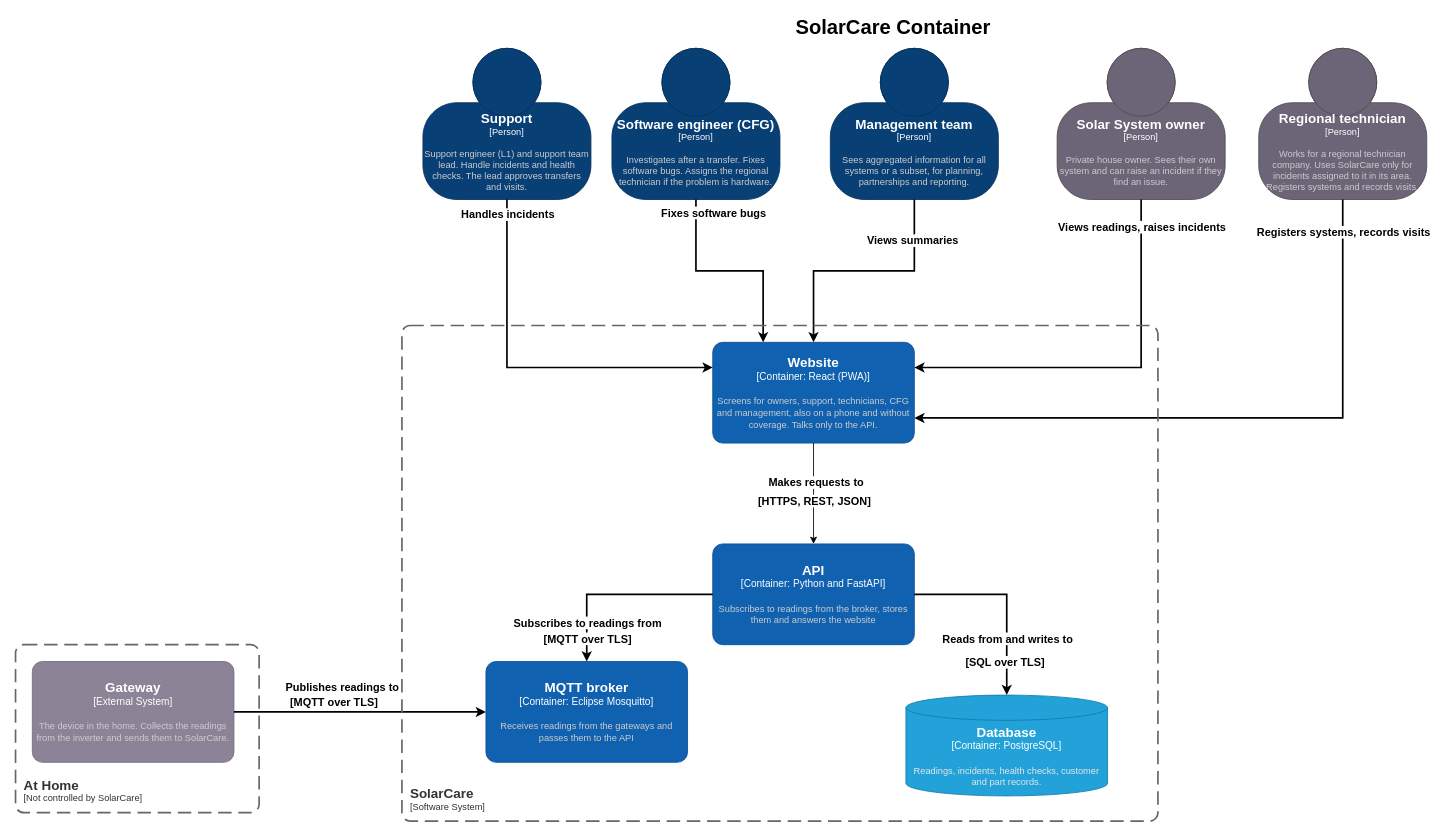
Above: diagrams/c4/SolarCareConatinerC4.drawio in SolarCare-school-project/SolarCare (draw.io), before the change. Source tidied: cells renumbered, new cells numbered last; positions are measured from the earlier drawing's top-left corner, leaving out a move shared by most shapes. Both pictures are drawn from the tidied source at 84%, with x=0, y=0 at pixel (15, 14).
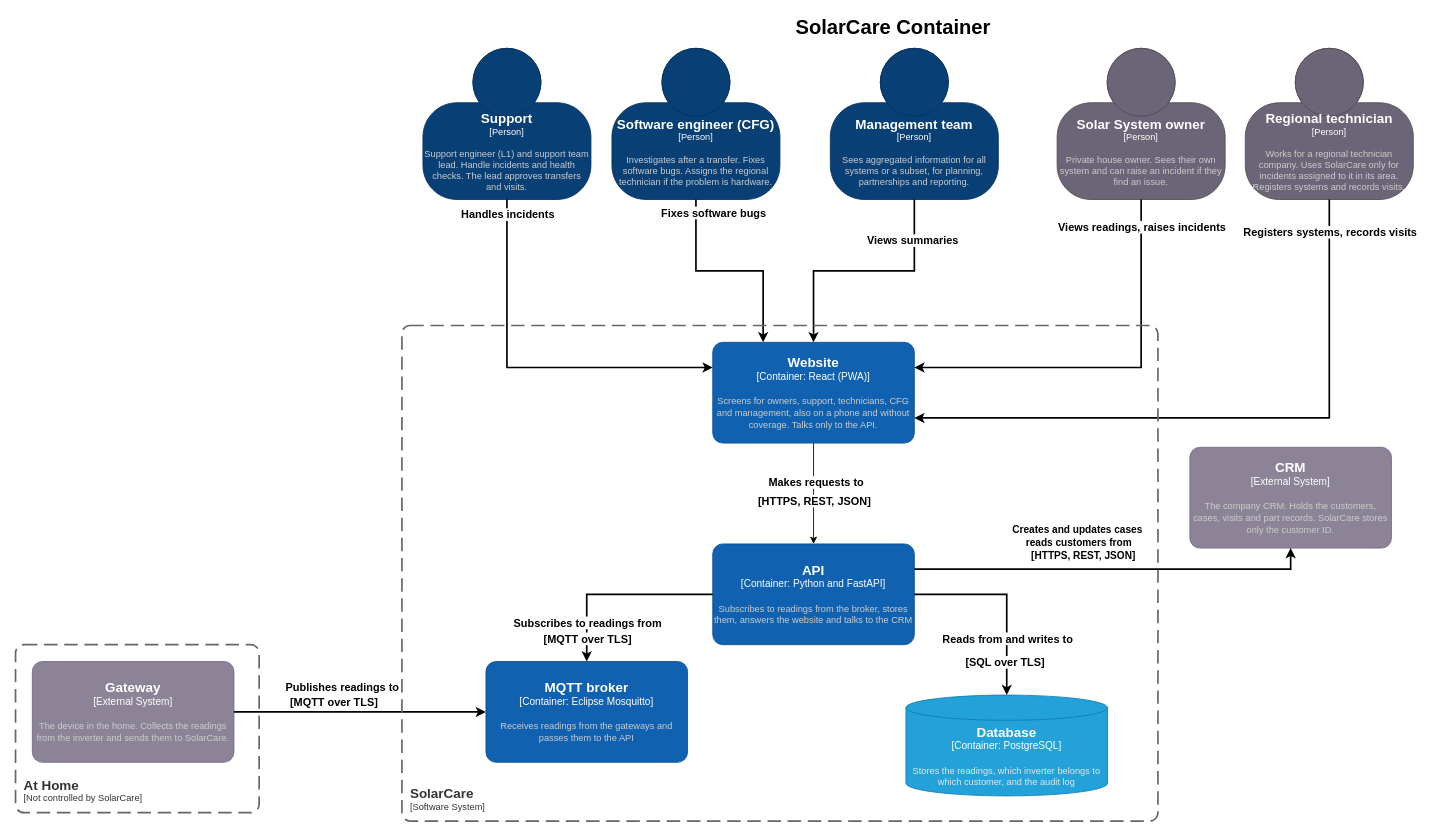
After the change.

Commit message (it also covers changes not shown here):
Updares CRM to container

Diff of the diagram source:
```diff
@@
     <object id="6" label="&lt;font style=&quot;font-size: 16px&quot;&gt;&lt;b&gt;%c4Name%&lt;/b&gt;&lt;/font&gt;&lt;div&gt;[%c4Type%]&lt;/div&gt;&lt;br&gt;&lt;div&gt;&lt;font style=&quot;font-size: 11px&quot;&gt;&lt;font color=&quot;#cccccc&quot;&gt;%c4Description%&lt;/font&gt;&lt;/div&gt;" c4Description="Works for a regional technician company. Uses SolarCare only for incidents assigned to it in its area. Registers systems and records visits." c4Name="Regional technician" c4Type="Person" placeholders="1">
       <mxCell style="html=1;fontSize=11;dashed=0;whiteSpace=wrap;fillColor=#6C6477;strokeColor=#4D4D4D;fontColor=#ffffff;shape=mxgraph.c4.person2;align=center;points=[[0.5,0,0],[1,0.5,0],[1,0.75,0],[0.75,1,0],[0.5,1,0],[0.25,1,0],[0,0.75,0],[0,0.5,0]];" parent="1" vertex="1">
-        <mxGeometry x="1480" y="40" width="200" height="180" as="geometry" />
+        <mxGeometry x="1464" y="40" width="200" height="180" as="geometry" />
       </mxCell>
     </object>
-    <object id="7" label="&lt;font style=&quot;font-size: 16px&quot;&gt;&lt;b&gt;%c4Name%&lt;/b&gt;&lt;/font&gt;&lt;div&gt;[%c4Type%: %c4Technology%]&lt;/div&gt;&lt;br&gt;&lt;div&gt;&lt;font style=&quot;font-size: 11px&quot;&gt;&lt;font color=&quot;#cccccc&quot;&gt;%c4Description%&lt;/font&gt;&lt;/font&gt;&lt;/div&gt;" c4Description="Subscribes to readings from the broker, stores them and answers the website&#10;" c4Name="API" c4Technology="Python and FastAPI" c4Type="Container" placeholders="1">
+    <object id="7" label="&lt;font style=&quot;font-size: 16px&quot;&gt;&lt;b&gt;%c4Name%&lt;/b&gt;&lt;/font&gt;&lt;div&gt;[%c4Type%: %c4Technology%]&lt;/div&gt;&lt;br&gt;&lt;div&gt;&lt;font style=&quot;font-size: 11px&quot;&gt;&lt;font color=&quot;#cccccc&quot;&gt;%c4Description%&lt;/font&gt;&lt;/font&gt;&lt;/div&gt;" c4Description="Subscribes to readings from the broker, stores them, answers the website and talks to the CRM" c4Name="API" c4Technology="Python and FastAPI" c4Type="Container" placeholders="1">
       <mxCell style="rounded=1;whiteSpace=wrap;html=1;labelBackgroundColor=none;fillColor=#1061B0;fontColor=#ffffff;align=center;arcSize=10;strokeColor=#0D5091;points=[[0.25,0,0],[0.5,0,0],[0.75,0,0],[1,0.25,0],[1,0.5,0],[1,0.75,0],[0.75,1,0],[0.5,1,0],[0.25,1,0],[0,0.75,0],[0,0.5,0],[0,0.25,0]];" parent="1" vertex="1">
         <mxGeometry x="830" y="630" width="240" height="120" as="geometry" />
       </mxCell>
     </object>
@@
-    <object id="10" label="&lt;font style=&quot;font-size: 16px&quot;&gt;&lt;b&gt;%c4Name%&lt;/b&gt;&lt;/font&gt;&lt;div&gt;[%c4Type%:&amp;nbsp;%c4Technology%]&lt;/div&gt;&lt;br&gt;&lt;div&gt;&lt;font style=&quot;font-size: 11px&quot;&gt;&lt;font color=&quot;#E6E6E6&quot;&gt;%c4Description%&lt;/font&gt;&lt;/div&gt;" c4Description="Readings, incidents, health checks, customer and part records." c4Name="Database" c4Technology="PostgreSQL" c4Type="Container" placeholders="1">
+    <object id="10" label="&lt;font style=&quot;font-size: 16px&quot;&gt;&lt;b&gt;%c4Name%&lt;/b&gt;&lt;/font&gt;&lt;div&gt;[%c4Type%:&amp;nbsp;%c4Technology%]&lt;/div&gt;&lt;br&gt;&lt;div&gt;&lt;font style=&quot;font-size: 11px&quot;&gt;&lt;font color=&quot;#E6E6E6&quot;&gt;%c4Description%&lt;/font&gt;&lt;/div&gt;" c4Description="Stores the readings, which inverter belongs to which customer, and the audit log" c4Name="Database" c4Technology="PostgreSQL" c4Type="Container" placeholders="1">
       <mxCell style="shape=cylinder3;size=15;whiteSpace=wrap;html=1;boundedLbl=1;rounded=0;labelBackgroundColor=none;fillColor=#23A2D9;fontSize=12;fontColor=#ffffff;align=center;strokeColor=#0E7DAD;points=[[0.5,0,0],[1,0.25,0],[1,0.5,0],[1,0.75,0],[0.5,1,0],[0,0.75,0],[0,0.5,0],[0,0.25,0]];" parent="1" vertex="1">
         <mxGeometry x="1060" y="810" width="240" height="120" as="geometry" />
       </mxCell>
     </object>
@@
+    <object id="37" label="&lt;font style=&quot;font-size: 16px&quot;&gt;&lt;b&gt;%c4Name%&lt;/b&gt;&lt;/font&gt;&lt;div&gt;[%c4Type%]&lt;/div&gt;&lt;br&gt;&lt;div&gt;&lt;font style=&quot;font-size: 11px&quot;&gt;&lt;font color=&quot;#cccccc&quot;&gt;%c4Description%&lt;/font&gt;&lt;/div&gt;" c4Description="The company CRM. Holds the customers, cases, visits and part records. SolarCare stores only the customer ID." c4Name="CRM" c4Type="External System" placeholders="1">
+      <mxCell style="rounded=1;whiteSpace=wrap;html=1;labelBackgroundColor=none;fillColor=#8C8496;fontColor=#ffffff;align=center;arcSize=10;strokeColor=#736782;points=[[0.25,0,0],[0.5,0,0],[0.75,0,0],[1,0.25,0],[1,0.5,0],[1,0.75,0],[0.75,1,0],[0.5,1,0],[0.25,1,0],[0,0.75,0],[0,0.5,0],[0,0.25,0]];" parent="1" vertex="1">
+        <mxGeometry x="1398" y="515" width="240" height="120" as="geometry" />
+      </mxCell>
+    </object>
+    <mxCell id="38" style="edgeStyle=orthogonalEdgeStyle;rounded=0;jettySize=auto;html=1;exitX=1;exitY=0.25;exitDx=0;exitDy=0;exitPerimeter=0;entryX=0.5;entryY=1;entryDx=0;entryDy=0;entryPerimeter=0;defaultLabelBackgroundColor=page;fontStyle=0;strokeWidth=2;" parent="1" edge="1" source="7" target="37">
+      <mxGeometry relative="1" as="geometry" />
+    </mxCell>
+    <mxCell id="39" value="&lt;b&gt;&lt;font style=&quot;font-size: 12px;&quot;&gt;Creates and updates cases&lt;/font&gt;&lt;/b&gt;&lt;div&gt;&lt;b&gt;&lt;font style=&quot;font-size: 12px;&quot;&gt;&amp;nbsp;reads customers from&lt;/font&gt;&lt;/b&gt;&lt;/div&gt;" style="edgeLabel;html=1;align=center;verticalAlign=middle;inheritText=1;fontStyle=0;defaultLabelBackgroundColor=page;" parent="38" vertex="1">
+      <mxGeometry x="-0.13" y="-4" relative="1" as="geometry">
+        <mxPoint x="-13" y="-44" as="offset" />
+      </mxGeometry>
+    </mxCell>
+    <mxCell id="40" value="&lt;b&gt;&lt;font style=&quot;font-size: 12px;&quot;&gt;[HTTPS, REST, JSON]&lt;/font&gt;&lt;/b&gt;" style="edgeLabel;html=1;align=center;verticalAlign=middle;inheritText=1;fontStyle=0;defaultLabelBackgroundColor=page;" parent="38" vertex="1">
+      <mxGeometry x="-0.54" y="-1" relative="1" as="geometry">
+        <mxPoint x="91" y="-17" as="offset" />
+      </mxGeometry>
+    </mxCell>
```
